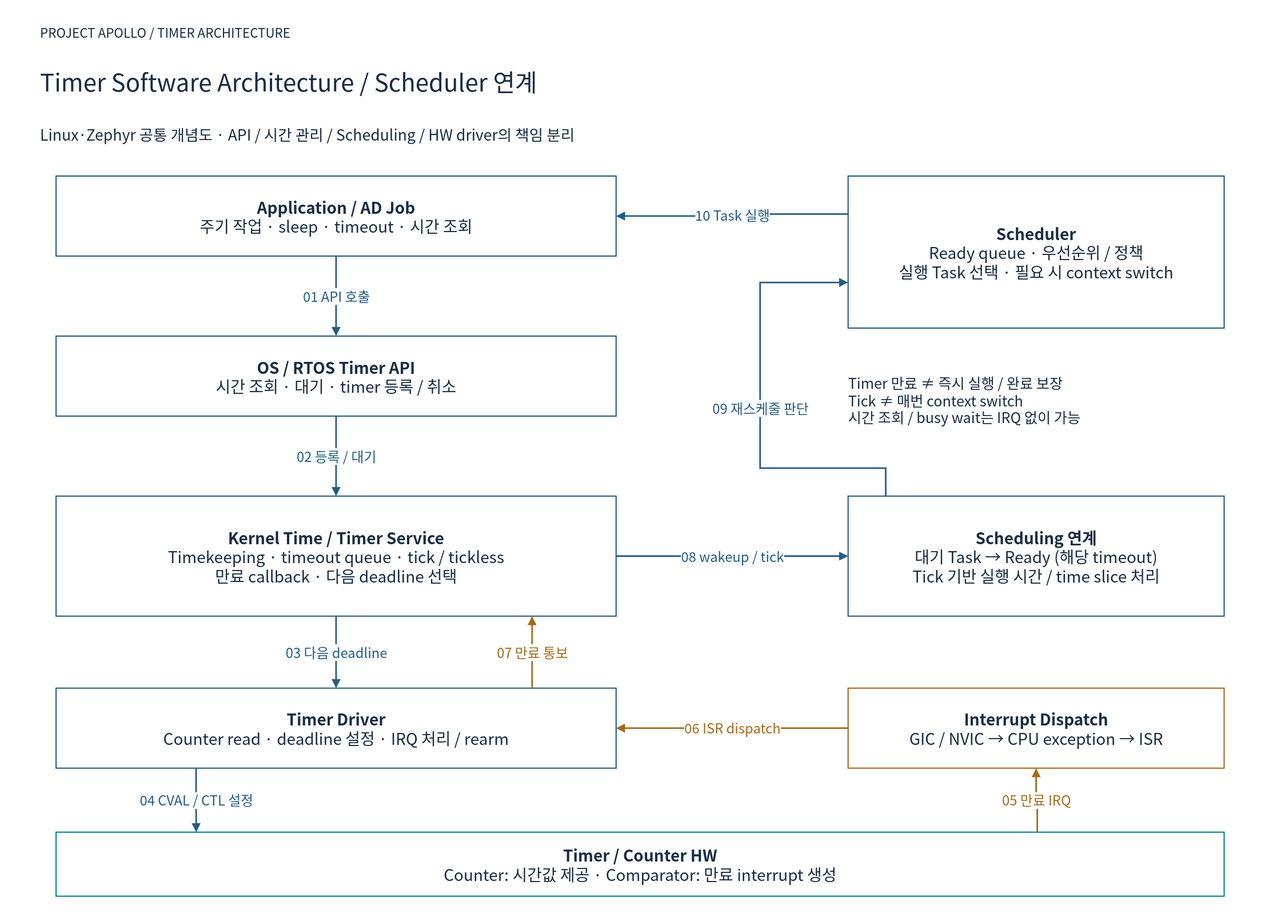
cometzero/project-apollo keeps this draw.io diagram as doc/phase1/timer/diagrams/08a-software-overview.drawio.svg. Above is the earlier version. Source tidied: cells renumbered, new cells last; positions are measured from the earlier drawing's top-left corner, leaving out a move shared by most shapes.
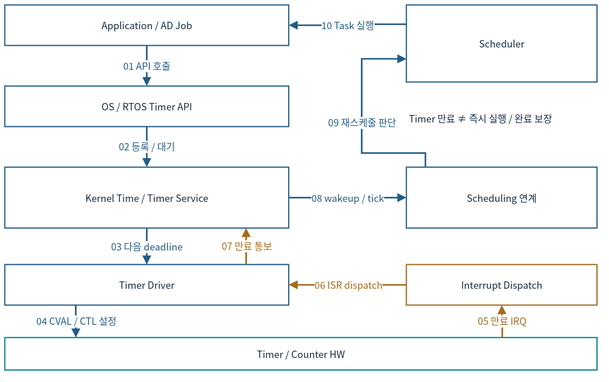
The same diagram one commit later.

The edit, as a diff of the source:
```diff
@@ -2,80 +2,68 @@
   <root>
     <mxCell id="0" />
     <mxCell id="1" parent="0" />
-    <mxCell id="2" style="rounded=0;whiteSpace=wrap;html=1;fillColor=#FFFFFF;fontColor=#172C43;fontFamily=Noto Sans CJK KR;fontSize=20;strokeWidth=1.5;spacing=12;strokeColor=none;align=left;spacing=0;" parent="1" vertex="1">
-      <mxGeometry width="1600" height="1150" as="geometry" />
-    </mxCell>
-    <mxCell id="3" value="PROJECT APOLLO / TIMER ARCHITECTURE" style="rounded=0;whiteSpace=wrap;html=1;fillColor=#FFFFFF;fontColor=#172C43;fontFamily=Noto Sans CJK KR;fontSize=16;strokeWidth=1.5;spacing=12;strokeColor=none;align=left;spacing=0;" parent="1" vertex="1">
-      <mxGeometry x="50" y="25" width="1500" height="30" as="geometry" />
-    </mxCell>
-    <mxCell id="4" value="Timer Software Architecture / Scheduler 연계" style="rounded=0;whiteSpace=wrap;html=1;fillColor=#FFFFFF;fontColor=#172C43;fontFamily=Noto Sans CJK KR;fontSize=30;strokeWidth=1.5;spacing=12;strokeColor=none;align=left;spacing=0;" parent="1" vertex="1">
-      <mxGeometry x="50" y="70" width="1500" height="60" as="geometry" />
-    </mxCell>
-    <mxCell id="5" value="Linux·Zephyr 공통 개념도 · API / 시간 관리 / Scheduling / HW driver의 책임 분리" style="rounded=0;whiteSpace=wrap;html=1;fillColor=#FFFFFF;fontColor=#172C43;fontFamily=Noto Sans CJK KR;fontSize=19;strokeWidth=1.5;spacing=12;strokeColor=none;align=left;spacing=0;" parent="1" vertex="1">
-      <mxGeometry x="50" y="140" width="1500" height="55" as="geometry" />
-    </mxCell>
-    <mxCell id="6" value="&lt;b&gt;Application / AD Job&lt;/b&gt;&lt;br&gt;주기 작업 · sleep · timeout · 시간 조회" style="rounded=0;whiteSpace=wrap;html=1;fillColor=#FFFFFF;fontColor=#172C43;fontFamily=Noto Sans CJK KR;fontSize=20;strokeWidth=1.5;spacing=12;strokeColor=#235D86;" parent="1" vertex="1">
-      <mxGeometry x="70" y="220" width="700" height="100" as="geometry" />
+    <mxCell id="6" value="Application / AD Job" style="rounded=0;whiteSpace=wrap;html=1;fillColor=#FFFFFF;fontColor=#172C43;fontFamily=Noto Sans CJK KR;strokeWidth=1.5;strokeColor=#235D86;fontSize=12;spacing=3;whiteSpace=wrap;" parent="1" vertex="1">
+      <mxGeometry x="12" y="12" width="354.8" height="50.7" as="geometry" />
     </mxCell>
-    <mxCell id="7" value="&lt;b&gt;Scheduler&lt;/b&gt;&lt;br&gt;Ready queue · 우선순위 / 정책&lt;br&gt;실행 Task 선택 · 필요 시 context switch" style="rounded=0;whiteSpace=wrap;html=1;fillColor=#FFFFFF;fontColor=#172C43;fontFamily=Noto Sans CJK KR;fontSize=20;strokeWidth=1.5;spacing=12;strokeColor=#235D86;" parent="1" vertex="1">
-      <mxGeometry x="1060" y="220" width="470" height="190" as="geometry" />
+    <mxCell id="7" value="Scheduler" style="rounded=0;whiteSpace=wrap;html=1;fillColor=#FFFFFF;fontColor=#172C43;fontFamily=Noto Sans CJK KR;strokeWidth=1.5;strokeColor=#235D86;fontSize=12;spacing=3;whiteSpace=wrap;" parent="1" vertex="1">
+      <mxGeometry x="513.8" y="12" width="238.2" height="96.3" as="geometry" />
     </mxCell>
-    <mxCell id="8" value="&lt;b&gt;OS / RTOS Timer API&lt;/b&gt;&lt;br&gt;시간 조회 · 대기 · timer 등록 / 취소" style="rounded=0;whiteSpace=wrap;html=1;fillColor=#FFFFFF;fontColor=#172C43;fontFamily=Noto Sans CJK KR;fontSize=20;strokeWidth=1.5;spacing=12;strokeColor=#235D86;" parent="1" vertex="1">
-      <mxGeometry x="70" y="420" width="700" height="100" as="geometry" />
+    <mxCell id="8" value="OS / RTOS Timer API" style="rounded=0;whiteSpace=wrap;html=1;fillColor=#FFFFFF;fontColor=#172C43;fontFamily=Noto Sans CJK KR;strokeWidth=1.5;strokeColor=#235D86;fontSize=12;spacing=3;whiteSpace=wrap;" parent="1" vertex="1">
+      <mxGeometry x="12" y="113.4" width="354.8" height="50.7" as="geometry" />
     </mxCell>
-    <mxCell id="9" value="&lt;b&gt;Kernel Time / Timer Service&lt;/b&gt;&lt;br&gt;Timekeeping · timeout queue · tick / tickless&lt;br&gt;만료 callback · 다음 deadline 선택" style="rounded=0;whiteSpace=wrap;html=1;fillColor=#FFFFFF;fontColor=#172C43;fontFamily=Noto Sans CJK KR;fontSize=20;strokeWidth=1.5;spacing=12;strokeColor=#235D86;" parent="1" vertex="1">
-      <mxGeometry x="70" y="620" width="700" height="150" as="geometry" />
+    <mxCell id="9" value="Kernel Time / Timer Service" style="rounded=0;whiteSpace=wrap;html=1;fillColor=#FFFFFF;fontColor=#172C43;fontFamily=Noto Sans CJK KR;strokeWidth=1.5;strokeColor=#235D86;fontSize=12;spacing=3;whiteSpace=wrap;" parent="1" vertex="1">
+      <mxGeometry x="12" y="214.7" width="354.8" height="76" as="geometry" />
     </mxCell>
-    <mxCell id="10" value="&lt;b&gt;Scheduling 연계&lt;/b&gt;&lt;br&gt;대기 Task → Ready (해당 timeout)&lt;br&gt;Tick 기반 실행 시간 / time slice 처리" style="rounded=0;whiteSpace=wrap;html=1;fillColor=#FFFFFF;fontColor=#172C43;fontFamily=Noto Sans CJK KR;fontSize=20;strokeWidth=1.5;spacing=12;strokeColor=#235D86;" parent="1" vertex="1">
-      <mxGeometry x="1060" y="620" width="470" height="150" as="geometry" />
+    <mxCell id="10" value="Scheduling 연계" style="rounded=0;whiteSpace=wrap;html=1;fillColor=#FFFFFF;fontColor=#172C43;fontFamily=Noto Sans CJK KR;strokeWidth=1.5;strokeColor=#235D86;fontSize=12;spacing=3;whiteSpace=wrap;" parent="1" vertex="1">
+      <mxGeometry x="513.8" y="214.7" width="238.2" height="76" as="geometry" />
     </mxCell>
-    <mxCell id="11" value="&lt;b&gt;Timer Driver&lt;/b&gt;&lt;br&gt;Counter read · deadline 설정 · IRQ 처리 / rearm" style="rounded=0;whiteSpace=wrap;html=1;fillColor=#FFFFFF;fontColor=#172C43;fontFamily=Noto Sans CJK KR;fontSize=20;strokeWidth=1.5;spacing=12;strokeColor=#235D86;" parent="1" vertex="1">
-      <mxGeometry x="70" y="860" width="700" height="100" as="geometry" />
+    <mxCell id="11" value="Timer Driver" style="rounded=0;whiteSpace=wrap;html=1;fillColor=#FFFFFF;fontColor=#172C43;fontFamily=Noto Sans CJK KR;strokeWidth=1.5;strokeColor=#235D86;fontSize=12;spacing=3;whiteSpace=wrap;" parent="1" vertex="1">
+      <mxGeometry x="12" y="336.4" width="354.8" height="50.7" as="geometry" />
     </mxCell>
-    <mxCell id="12" value="&lt;b&gt;Interrupt Dispatch&lt;/b&gt;&lt;br&gt;GIC / NVIC → CPU exception → ISR" style="rounded=0;whiteSpace=wrap;html=1;fillColor=#FFFFFF;fontColor=#172C43;fontFamily=Noto Sans CJK KR;fontSize=20;strokeWidth=1.5;spacing=12;strokeColor=#A56A1A;" parent="1" vertex="1">
-      <mxGeometry x="1060" y="860" width="470" height="100" as="geometry" />
+    <mxCell id="12" value="Interrupt Dispatch" style="rounded=0;whiteSpace=wrap;html=1;fillColor=#FFFFFF;fontColor=#172C43;fontFamily=Noto Sans CJK KR;strokeWidth=1.5;strokeColor=#A56A1A;fontSize=12;spacing=3;whiteSpace=wrap;" parent="1" vertex="1">
+      <mxGeometry x="513.8" y="336.4" width="238.2" height="50.7" as="geometry" />
     </mxCell>
-    <mxCell id="13" value="&lt;b&gt;Timer / Counter HW&lt;/b&gt;&lt;br&gt;Counter: 시간값 제공 · Comparator: 만료 interrupt 생성" style="rounded=0;whiteSpace=wrap;html=1;fillColor=#FFFFFF;fontColor=#172C43;fontFamily=Noto Sans CJK KR;fontSize=20;strokeWidth=1.5;spacing=12;strokeColor=#00838A;" parent="1" vertex="1">
-      <mxGeometry x="70" y="1040" width="1460" height="80" as="geometry" />
+    <mxCell id="13" value="Timer / Counter HW" style="rounded=0;whiteSpace=wrap;html=1;fillColor=#FFFFFF;fontColor=#172C43;fontFamily=Noto Sans CJK KR;strokeWidth=1.5;strokeColor=#00838A;fontSize=12;spacing=3;whiteSpace=wrap;" parent="1" vertex="1">
+      <mxGeometry x="12" y="427.6" width="740" height="40.5" as="geometry" />
     </mxCell>
-    <mxCell id="14" value="01  API 호출" style="edgeStyle=orthogonalEdgeStyle;rounded=0;html=1;endArrow=block;endFill=1;strokeWidth=2;fontFamily=Noto Sans CJK KR;fontSize=17;labelBackgroundColor=#FFFFFF;strokeColor=#235D86;fontColor=#235D86;exitX=0.5;exitY=1;entryX=0.5;entryY=0;" parent="1" edge="1" source="6" target="8">
+    <mxCell id="14" value="01  API 호출" style="edgeStyle=orthogonalEdgeStyle;rounded=0;html=1;endArrow=block;endFill=1;strokeWidth=2;fontFamily=Noto Sans CJK KR;labelBackgroundColor=#FFFFFF;strokeColor=#235D86;fontColor=#235D86;exitX=0.5;exitY=1;entryX=0.5;entryY=0;fontSize=12;spacing=3;whiteSpace=nowrap;" parent="1" edge="1" source="6" target="8">
       <mxGeometry relative="1" as="geometry" />
     </mxCell>
-    <mxCell id="15" value="02  등록 / 대기" style="edgeStyle=orthogonalEdgeStyle;rounded=0;html=1;endArrow=block;endFill=1;strokeWidth=2;fontFamily=Noto Sans CJK KR;fontSize=17;labelBackgroundColor=#FFFFFF;strokeColor=#235D86;fontColor=#235D86;exitX=0.5;exitY=1;entryX=0.5;entryY=0;" parent="1" edge="1" source="8" target="9">
+    <mxCell id="15" value="02  등록 / 대기" style="edgeStyle=orthogonalEdgeStyle;rounded=0;html=1;endArrow=block;endFill=1;strokeWidth=2;fontFamily=Noto Sans CJK KR;labelBackgroundColor=#FFFFFF;strokeColor=#235D86;fontColor=#235D86;exitX=0.5;exitY=1;entryX=0.5;entryY=0;fontSize=12;spacing=3;whiteSpace=nowrap;" parent="1" edge="1" source="8" target="9">
       <mxGeometry relative="1" as="geometry" />
     </mxCell>
-    <mxCell id="16" value="03  다음 deadline" style="edgeStyle=orthogonalEdgeStyle;rounded=0;html=1;endArrow=block;endFill=1;strokeWidth=2;fontFamily=Noto Sans CJK KR;fontSize=17;labelBackgroundColor=#FFFFFF;strokeColor=#235D86;fontColor=#235D86;exitX=0.5;exitY=1;entryX=0.5;entryY=0;" parent="1" edge="1" source="9" target="11">
+    <mxCell id="16" value="03  다음 deadline" style="edgeStyle=orthogonalEdgeStyle;rounded=0;html=1;endArrow=block;endFill=1;strokeWidth=2;fontFamily=Noto Sans CJK KR;labelBackgroundColor=#FFFFFF;strokeColor=#235D86;fontColor=#235D86;exitX=0.5;exitY=1;entryX=0.5;entryY=0;fontSize=12;spacing=3;whiteSpace=nowrap;" parent="1" edge="1" source="9" target="11">
       <mxGeometry relative="1" as="geometry" />
     </mxCell>
-    <mxCell id="17" value="04  CVAL / CTL 설정" style="edgeStyle=orthogonalEdgeStyle;rounded=0;html=1;endArrow=block;endFill=1;strokeWidth=2;fontFamily=Noto Sans CJK KR;fontSize=17;labelBackgroundColor=#FFFFFF;strokeColor=#235D86;fontColor=#235D86;exitX=0.25;exitY=1;entryX=0.12;entryY=0;" parent="1" edge="1" source="11" target="13">
+    <mxCell id="17" value="04  CVAL / CTL 설정" style="edgeStyle=orthogonalEdgeStyle;rounded=0;html=1;endArrow=block;endFill=1;strokeWidth=2;fontFamily=Noto Sans CJK KR;labelBackgroundColor=#FFFFFF;strokeColor=#235D86;fontColor=#235D86;exitX=0.25;exitY=1;entryX=0.12;entryY=0;fontSize=12;spacing=3;whiteSpace=nowrap;" parent="1" edge="1" source="11" target="13">
       <mxGeometry relative="1" as="geometry" />
     </mxCell>
-    <mxCell id="18" value="05  만료 IRQ" style="edgeStyle=orthogonalEdgeStyle;rounded=0;html=1;endArrow=block;endFill=1;strokeWidth=2;fontFamily=Noto Sans CJK KR;fontSize=17;labelBackgroundColor=#FFFFFF;strokeColor=#A56A1A;fontColor=#A56A1A;exitX=0.84;exitY=0;entryX=0.5;entryY=1;" parent="1" edge="1" source="13" target="12">
+    <mxCell id="18" value="05  만료 IRQ" style="edgeStyle=orthogonalEdgeStyle;rounded=0;html=1;endArrow=block;endFill=1;strokeWidth=2;fontFamily=Noto Sans CJK KR;labelBackgroundColor=#FFFFFF;strokeColor=#A56A1A;fontColor=#A56A1A;exitX=0.84;exitY=0;entryX=0.5;entryY=1;fontSize=12;spacing=3;whiteSpace=nowrap;" parent="1" edge="1" source="13" target="12">
       <mxGeometry relative="1" as="geometry" />
     </mxCell>
-    <mxCell id="19" value="06  ISR dispatch" style="edgeStyle=orthogonalEdgeStyle;rounded=0;html=1;endArrow=block;endFill=1;strokeWidth=2;fontFamily=Noto Sans CJK KR;fontSize=17;labelBackgroundColor=#FFFFFF;strokeColor=#A56A1A;fontColor=#A56A1A;exitX=0;exitY=0.5;entryX=1;entryY=0.5;" parent="1" edge="1" source="12" target="11">
+    <mxCell id="19" value="06  ISR dispatch" style="edgeStyle=orthogonalEdgeStyle;rounded=0;html=1;endArrow=block;endFill=1;strokeWidth=2;fontFamily=Noto Sans CJK KR;labelBackgroundColor=#FFFFFF;strokeColor=#A56A1A;fontColor=#A56A1A;exitX=0;exitY=0.5;entryX=1;entryY=0.5;fontSize=12;spacing=3;whiteSpace=nowrap;" parent="1" edge="1" source="12" target="11">
       <mxGeometry relative="1" as="geometry" />
     </mxCell>
-    <mxCell id="20" value="07  만료 통보" style="edgeStyle=orthogonalEdgeStyle;rounded=0;html=1;endArrow=block;endFill=1;strokeWidth=2;fontFamily=Noto Sans CJK KR;fontSize=17;labelBackgroundColor=#FFFFFF;strokeColor=#A56A1A;fontColor=#A56A1A;exitX=0.85;exitY=0;entryX=0.85;entryY=1;" parent="1" edge="1" source="11" target="9">
+    <mxCell id="20" value="07  만료 통보" style="edgeStyle=orthogonalEdgeStyle;rounded=0;html=1;endArrow=block;endFill=1;strokeWidth=2;fontFamily=Noto Sans CJK KR;labelBackgroundColor=#FFFFFF;strokeColor=#A56A1A;fontColor=#A56A1A;exitX=0.85;exitY=0;entryX=0.85;entryY=1;fontSize=12;spacing=3;whiteSpace=nowrap;" parent="1" edge="1" source="11" target="9">
       <mxGeometry relative="1" as="geometry" />
     </mxCell>
-    <mxCell id="21" value="08  wakeup / tick" style="edgeStyle=orthogonalEdgeStyle;rounded=0;html=1;endArrow=block;endFill=1;strokeWidth=2;fontFamily=Noto Sans CJK KR;fontSize=17;labelBackgroundColor=#FFFFFF;strokeColor=#235D86;fontColor=#235D86;exitX=1;exitY=0.5;entryX=0;entryY=0.5;" parent="1" edge="1" source="9" target="10">
+    <mxCell id="21" value="08  wakeup / tick" style="edgeStyle=orthogonalEdgeStyle;rounded=0;html=1;endArrow=block;endFill=1;strokeWidth=2;fontFamily=Noto Sans CJK KR;labelBackgroundColor=#FFFFFF;strokeColor=#235D86;fontColor=#235D86;exitX=1;exitY=0.5;entryX=0;entryY=0.5;fontSize=12;spacing=3;whiteSpace=nowrap;" parent="1" edge="1" source="9" target="10">
       <mxGeometry relative="1" as="geometry" />
     </mxCell>
-    <mxCell id="22" value="09  재스케줄 판단" style="edgeStyle=orthogonalEdgeStyle;rounded=0;html=1;endArrow=block;endFill=1;strokeWidth=2;fontFamily=Noto Sans CJK KR;fontSize=17;labelBackgroundColor=#FFFFFF;strokeColor=#235D86;fontColor=#235D86;exitX=0.1;exitY=0;entryX=0;entryY=0.7;" parent="1" edge="1" source="10" target="7">
+    <mxCell id="22" value="09  재스케줄 판단" style="edgeStyle=orthogonalEdgeStyle;rounded=0;html=1;endArrow=block;endFill=1;strokeWidth=2;fontFamily=Noto Sans CJK KR;labelBackgroundColor=#FFFFFF;strokeColor=#235D86;fontColor=#235D86;exitX=0.1;exitY=0;entryX=0;entryY=0.7;fontSize=12;spacing=3;whiteSpace=nowrap;" parent="1" edge="1" source="10" target="7">
       <mxGeometry relative="1" as="geometry">
         <Array as="points">
-          <mxPoint x="1107" y="585" />
-          <mxPoint x="950" y="585" />
-          <mxPoint x="950" y="353" />
+          <mxPoint x="537.6" y="197" />
+          <mxPoint x="458" y="197" />
+          <mxPoint x="458" y="79.4" />
         </Array>
       </mxGeometry>
     </mxCell>
-    <mxCell id="23" value="10  Task 실행" style="edgeStyle=orthogonalEdgeStyle;rounded=0;html=1;endArrow=block;endFill=1;strokeWidth=2;fontFamily=Noto Sans CJK KR;fontSize=17;labelBackgroundColor=#FFFFFF;strokeColor=#235D86;fontColor=#235D86;exitX=0;exitY=0.25;entryX=1;entryY=0.5;" parent="1" edge="1" source="7" target="6">
+    <mxCell id="23" value="10  Task 실행" style="edgeStyle=orthogonalEdgeStyle;rounded=0;html=1;endArrow=block;endFill=1;strokeWidth=2;fontFamily=Noto Sans CJK KR;labelBackgroundColor=#FFFFFF;strokeColor=#235D86;fontColor=#235D86;exitX=0;exitY=0.25;entryX=1;entryY=0.5;fontSize=12;spacing=3;whiteSpace=nowrap;" parent="1" edge="1" source="7" target="6">
       <mxGeometry relative="1" as="geometry" />
     </mxCell>
-    <mxCell id="24" value="Timer 만료 ≠ 즉시 실행 / 완료 보장&lt;br&gt;Tick ≠ 매번 context switch&lt;br&gt;시간 조회 / busy wait는 IRQ 없이 가능" style="rounded=0;whiteSpace=wrap;html=1;fillColor=#FFFFFF;fontColor=#172C43;fontFamily=Noto Sans CJK KR;fontSize=18;strokeWidth=1.5;spacing=12;strokeColor=none;align=left;spacing=0;" parent="1" vertex="1">
-      <mxGeometry x="1060" y="440" width="470" height="120" as="geometry" />
+    <mxCell id="24" value="Timer 만료 ≠ 즉시 실행 / 완료 보장" style="rounded=0;whiteSpace=wrap;html=1;fillColor=#FFFFFF;fontColor=#172C43;fontFamily=Noto Sans CJK KR;strokeWidth=1.5;strokeColor=none;align=left;fontSize=12;spacing=3;whiteSpace=wrap;" parent="1" vertex="1">
+      <mxGeometry x="513.8" y="123.5" width="238.2" height="60.8" as="geometry" />
     </mxCell>
   </root>
 </mxGraphModel>
```
